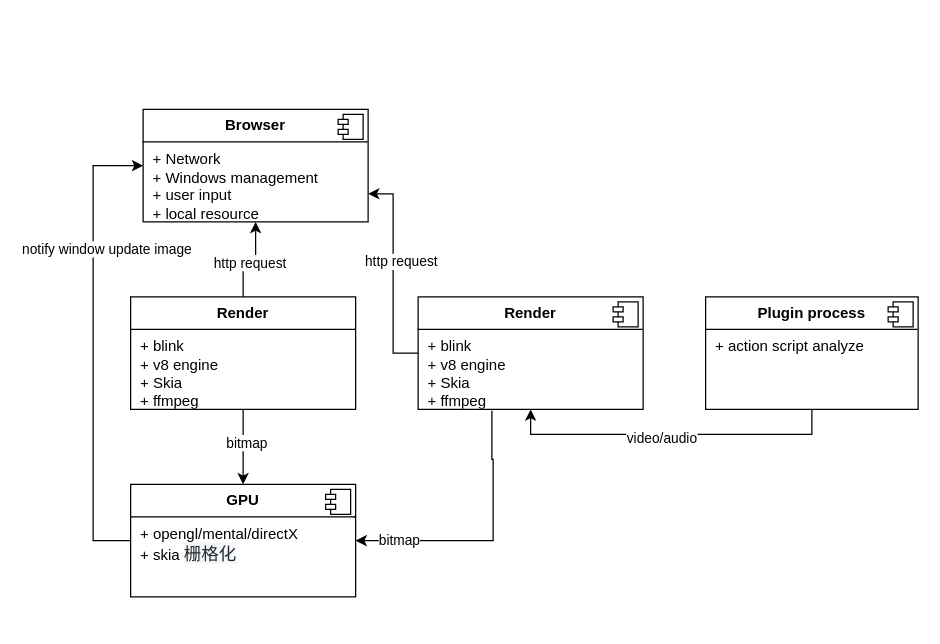
The draw.io diagram CEF架构图.drawio in genius52/graphic, before the edit. Source tidied: cells renumbered, new cells numbered last; positions are measured from the earlier drawing's top-left corner, leaving out a move shared by most shapes. Both pictures are drawn from the tidied source at 125%, with x=0, y=0 at pixel (92, 109).
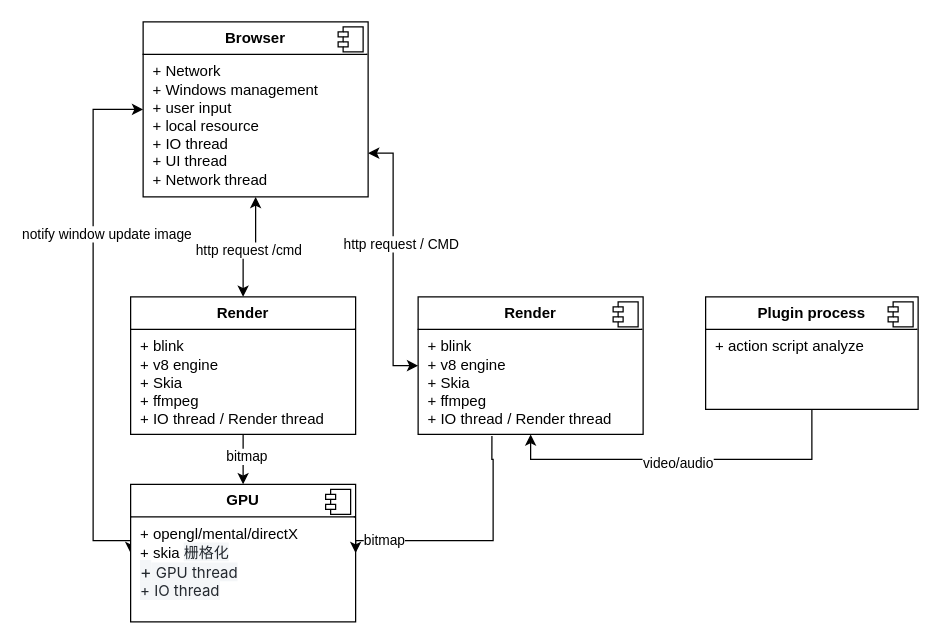
After the change.

Commit message:
增加线程模型.drawio

What changed in the source:
```diff
@@
-    <mxCell id="2" style="edgeStyle=orthogonalEdgeStyle;rounded=0;jettySize=auto;html=1;" parent="1" edge="1" source="6" target="17">
+    <mxCell id="2" style="edgeStyle=orthogonalEdgeStyle;rounded=0;jettySize=auto;html=1;startArrow=classic;startFill=1;" parent="1" edge="1" source="6" target="17">
       <mxGeometry relative="1" as="geometry" />
     </mxCell>
-    <mxCell id="3" value="&amp;nbsp;http request" style="edgeLabel;html=1;align=center;verticalAlign=middle;" parent="2" vertex="1">
+    <mxCell id="3" value="&amp;nbsp;http request /cmd" style="edgeLabel;html=1;align=center;verticalAlign=middle;" parent="2" vertex="1">
       <mxGeometry x="-0.06" y="-2" relative="1" as="geometry" />
     </mxCell>
@@
-    <mxCell id="6" value="&lt;p style=&quot;margin:0px;margin-top:6px;text-align:center;&quot;&gt;&lt;b&gt;Render&lt;/b&gt;&lt;/p&gt;&lt;hr size=&quot;1&quot; style=&quot;border-style:solid;&quot;&gt;&lt;p style=&quot;margin:0px;margin-left:8px;&quot;&gt;+ blink&lt;br&gt;+ v8 engine&lt;/p&gt;&lt;p style=&quot;margin:0px;margin-left:8px;&quot;&gt;+ Skia&lt;/p&gt;&lt;p style=&quot;margin:0px;margin-left:8px;&quot;&gt;+ ffmpeg&lt;/p&gt;" style="align=left;overflow=fill;html=1;whiteSpace=wrap;" parent="1" vertex="1">
-      <mxGeometry x="30" y="150" width="180" height="90" as="geometry" />
+    <mxCell id="6" value="&lt;p style=&quot;margin:0px;margin-top:6px;text-align:center;&quot;&gt;&lt;b&gt;Render&lt;/b&gt;&lt;/p&gt;&lt;hr size=&quot;1&quot; style=&quot;border-style:solid;&quot;&gt;&lt;p style=&quot;margin:0px;margin-left:8px;&quot;&gt;+ blink&lt;br&gt;+ v8 engine&lt;/p&gt;&lt;p style=&quot;margin:0px;margin-left:8px;&quot;&gt;+ Skia&lt;/p&gt;&lt;p style=&quot;margin:0px;margin-left:8px;&quot;&gt;+ ffmpeg&lt;/p&gt;&lt;p style=&quot;margin:0px;margin-left:8px;&quot;&gt;+ IO thread / Render thread&lt;/p&gt;" style="align=left;overflow=fill;html=1;whiteSpace=wrap;" parent="1" vertex="1">
+      <mxGeometry x="30" y="150" width="180" height="110" as="geometry" />
     </mxCell>
-    <mxCell id="7" style="edgeStyle=orthogonalEdgeStyle;rounded=0;jettySize=auto;html=1;entryX=0;entryY=0.5;entryDx=0;entryDy=0;exitX=0;exitY=0.5;exitDx=0;exitDy=0;" parent="1" edge="1" source="9" target="17">
+    <mxCell id="7" style="edgeStyle=orthogonalEdgeStyle;rounded=0;jettySize=auto;html=1;entryX=0;entryY=0.5;entryDx=0;entryDy=0;exitX=0;exitY=0.5;exitDx=0;exitDy=0;startArrow=classic;startFill=1;" parent="1" edge="1" source="9" target="17">
       <mxGeometry relative="1" as="geometry">
         <Array as="points">
           <mxPoint y="345" />
-          <mxPoint y="45" />
+          <mxPoint />
         </Array>
       </mxGeometry>
     </mxCell>
@@
-    <mxCell id="9" value="&lt;p style=&quot;margin:0px;margin-top:6px;text-align:center;&quot;&gt;&lt;b&gt;GPU&lt;/b&gt;&lt;/p&gt;&lt;hr size=&quot;1&quot; style=&quot;border-style:solid;&quot;&gt;&lt;p style=&quot;margin:0px;margin-left:8px;&quot;&gt;+ opengl/mental/directX&lt;br&gt;+ skia&amp;nbsp;&lt;span style=&quot;background-color: rgb(244, 246, 248); color: rgb(36, 41, 47); font-family: -apple-system, &amp;quot;system-ui&amp;quot;, &amp;quot;Segoe UI&amp;quot;, &amp;quot;Noto Sans&amp;quot;, Helvetica, Arial, sans-serif, &amp;quot;Apple Color Emoji&amp;quot;, &amp;quot;Segoe UI Emoji&amp;quot;; font-size: 14px; white-space-collapse: preserve;&quot;&gt;栅格化&lt;/span&gt;&lt;/p&gt;" style="align=left;overflow=fill;html=1;whiteSpace=wrap;" parent="1" vertex="1">
-      <mxGeometry x="30" y="300" width="180" height="90" as="geometry" />
+    <mxCell id="9" value="&lt;p style=&quot;margin:0px;margin-top:6px;text-align:center;&quot;&gt;&lt;b&gt;GPU&lt;/b&gt;&lt;/p&gt;&lt;hr size=&quot;1&quot; style=&quot;border-style:solid;&quot;&gt;&lt;p style=&quot;margin:0px;margin-left:8px;&quot;&gt;+ opengl/mental/directX&lt;br&gt;+ skia&lt;font&gt;&amp;nbsp;&lt;span style=&quot;background-color: rgb(244, 246, 248); color: rgb(36, 41, 47); font-family: -apple-system, &amp;quot;system-ui&amp;quot;, &amp;quot;Segoe UI&amp;quot;, &amp;quot;Noto Sans&amp;quot;, Helvetica, Arial, sans-serif, &amp;quot;Apple Color Emoji&amp;quot;, &amp;quot;Segoe UI Emoji&amp;quot;; white-space-collapse: preserve;&quot;&gt;栅格化&lt;/span&gt;&lt;/font&gt;&lt;/p&gt;&lt;p style=&quot;margin:0px;margin-left:8px;&quot;&gt;&lt;span style=&quot;background-color: rgb(244, 246, 248); color: rgb(36, 41, 47); font-family: -apple-system, &amp;quot;system-ui&amp;quot;, &amp;quot;Segoe UI&amp;quot;, &amp;quot;Noto Sans&amp;quot;, Helvetica, Arial, sans-serif, &amp;quot;Apple Color Emoji&amp;quot;, &amp;quot;Segoe UI Emoji&amp;quot;; font-size: 14px; white-space-collapse: preserve;&quot;&gt;+&lt;/span&gt;&lt;span style=&quot;background-color: rgb(244, 246, 248); color: rgb(36, 41, 47); font-family: -apple-system, &amp;quot;system-ui&amp;quot;, &amp;quot;Segoe UI&amp;quot;, &amp;quot;Noto Sans&amp;quot;, Helvetica, Arial, sans-serif, &amp;quot;Apple Color Emoji&amp;quot;, &amp;quot;Segoe UI Emoji&amp;quot;; white-space-collapse: preserve;&quot;&gt;&lt;font&gt; GPU thread&lt;/font&gt;&lt;/span&gt;&lt;/p&gt;&lt;p style=&quot;margin:0px;margin-left:8px;&quot;&gt;&lt;span style=&quot;background-color: rgb(244, 246, 248); color: rgb(36, 41, 47); font-family: -apple-system, &amp;quot;system-ui&amp;quot;, &amp;quot;Segoe UI&amp;quot;, &amp;quot;Noto Sans&amp;quot;, Helvetica, Arial, sans-serif, &amp;quot;Apple Color Emoji&amp;quot;, &amp;quot;Segoe UI Emoji&amp;quot;; white-space-collapse: preserve;&quot;&gt;&lt;font&gt;+ IO thread&lt;/font&gt;&lt;/span&gt;&lt;/p&gt;" style="align=left;overflow=fill;html=1;whiteSpace=wrap;" parent="1" vertex="1">
+      <mxGeometry x="30" y="300" width="180" height="110" as="geometry" />
     </mxCell>
@@
-    <mxCell id="11" style="edgeStyle=orthogonalEdgeStyle;rounded=0;jettySize=auto;html=1;entryX=1;entryY=0.75;entryDx=0;entryDy=0;" parent="1" edge="1" source="15" target="17">
+    <mxCell id="11" style="edgeStyle=orthogonalEdgeStyle;rounded=0;jettySize=auto;html=1;entryX=1;entryY=0.75;entryDx=0;entryDy=0;startArrow=classic;startFill=1;" parent="1" edge="1" source="15" target="17">
       <mxGeometry relative="1" as="geometry" />
     </mxCell>
-    <mxCell id="12" value="&amp;nbsp;http request" style="edgeLabel;html=1;align=center;verticalAlign=middle;" parent="11" vertex="1">
+    <mxCell id="12" value="&amp;nbsp;http request / CMD" style="edgeLabel;html=1;align=center;verticalAlign=middle;" parent="11" vertex="1">
       <mxGeometry x="0.12" y="-4" relative="1" as="geometry" />
     </mxCell>
@@
-    <mxCell id="15" value="&lt;p style=&quot;margin:0px;margin-top:6px;text-align:center;&quot;&gt;&lt;b&gt;Render&lt;/b&gt;&lt;/p&gt;&lt;hr size=&quot;1&quot; style=&quot;border-style:solid;&quot;&gt;&lt;p style=&quot;margin:0px;margin-left:8px;&quot;&gt;+ blink&lt;br&gt;+ v8 engine&lt;/p&gt;&lt;p style=&quot;margin:0px;margin-left:8px;&quot;&gt;+ Skia&lt;/p&gt;&lt;p style=&quot;margin:0px;margin-left:8px;&quot;&gt;+ ffmpeg&lt;/p&gt;" style="align=left;overflow=fill;html=1;whiteSpace=wrap;" parent="1" vertex="1">
-      <mxGeometry x="260" y="150" width="180" height="90" as="geometry" />
+    <mxCell id="15" value="&lt;p style=&quot;margin:0px;margin-top:6px;text-align:center;&quot;&gt;&lt;b&gt;Render&lt;/b&gt;&lt;/p&gt;&lt;hr size=&quot;1&quot; style=&quot;border-style:solid;&quot;&gt;&lt;p style=&quot;margin:0px;margin-left:8px;&quot;&gt;+ blink&lt;br&gt;+ v8 engine&lt;/p&gt;&lt;p style=&quot;margin:0px;margin-left:8px;&quot;&gt;+ Skia&lt;/p&gt;&lt;p style=&quot;margin:0px;margin-left:8px;&quot;&gt;+ ffmpeg&lt;/p&gt;&lt;p style=&quot;margin:0px;margin-left:8px;&quot;&gt;+ IO thread /&amp;nbsp;&lt;span style=&quot;background-color: initial;&quot;&gt;Render thread&lt;/span&gt;&lt;/p&gt;" style="align=left;overflow=fill;html=1;whiteSpace=wrap;" parent="1" vertex="1">
+      <mxGeometry x="260" y="150" width="180" height="110" as="geometry" />
     </mxCell>
@@
-    <mxCell id="17" value="&lt;p style=&quot;margin:0px;margin-top:6px;text-align:center;&quot;&gt;&lt;b&gt;Browser&lt;/b&gt;&lt;/p&gt;&lt;hr size=&quot;1&quot; style=&quot;border-style:solid;&quot;&gt;&lt;p style=&quot;margin:0px;margin-left:8px;&quot;&gt;+ Network&lt;br&gt;+ Windows management&lt;/p&gt;&lt;p style=&quot;margin:0px;margin-left:8px;&quot;&gt;+ user input&lt;/p&gt;&lt;p style=&quot;margin:0px;margin-left:8px;&quot;&gt;+ local resource&lt;/p&gt;" style="align=left;overflow=fill;html=1;whiteSpace=wrap;" parent="1" vertex="1">
-      <mxGeometry x="40" width="180" height="90" as="geometry" />
+    <mxCell id="17" value="&lt;p style=&quot;margin:0px;margin-top:6px;text-align:center;&quot;&gt;&lt;b&gt;Browser&lt;/b&gt;&lt;/p&gt;&lt;hr size=&quot;1&quot; style=&quot;border-style:solid;&quot;&gt;&lt;p style=&quot;margin:0px;margin-left:8px;&quot;&gt;+ Network&lt;br&gt;+ Windows management&lt;/p&gt;&lt;p style=&quot;margin:0px;margin-left:8px;&quot;&gt;+ user input&lt;/p&gt;&lt;p style=&quot;margin:0px;margin-left:8px;&quot;&gt;+ local resource&lt;/p&gt;&lt;p style=&quot;margin:0px;margin-left:8px;&quot;&gt;+ IO thread&amp;nbsp;&lt;/p&gt;&lt;p style=&quot;margin:0px;margin-left:8px;&quot;&gt;+ UI thread&lt;/p&gt;&lt;p style=&quot;margin:0px;margin-left:8px;&quot;&gt;+ Network thread&lt;/p&gt;&lt;p style=&quot;margin:0px;margin-left:8px;&quot;&gt;&lt;br&gt;&lt;/p&gt;" style="align=left;overflow=fill;html=1;whiteSpace=wrap;" parent="1" vertex="1">
+      <mxGeometry x="40" y="-70" width="180" height="140" as="geometry" />
     </mxCell>
```
